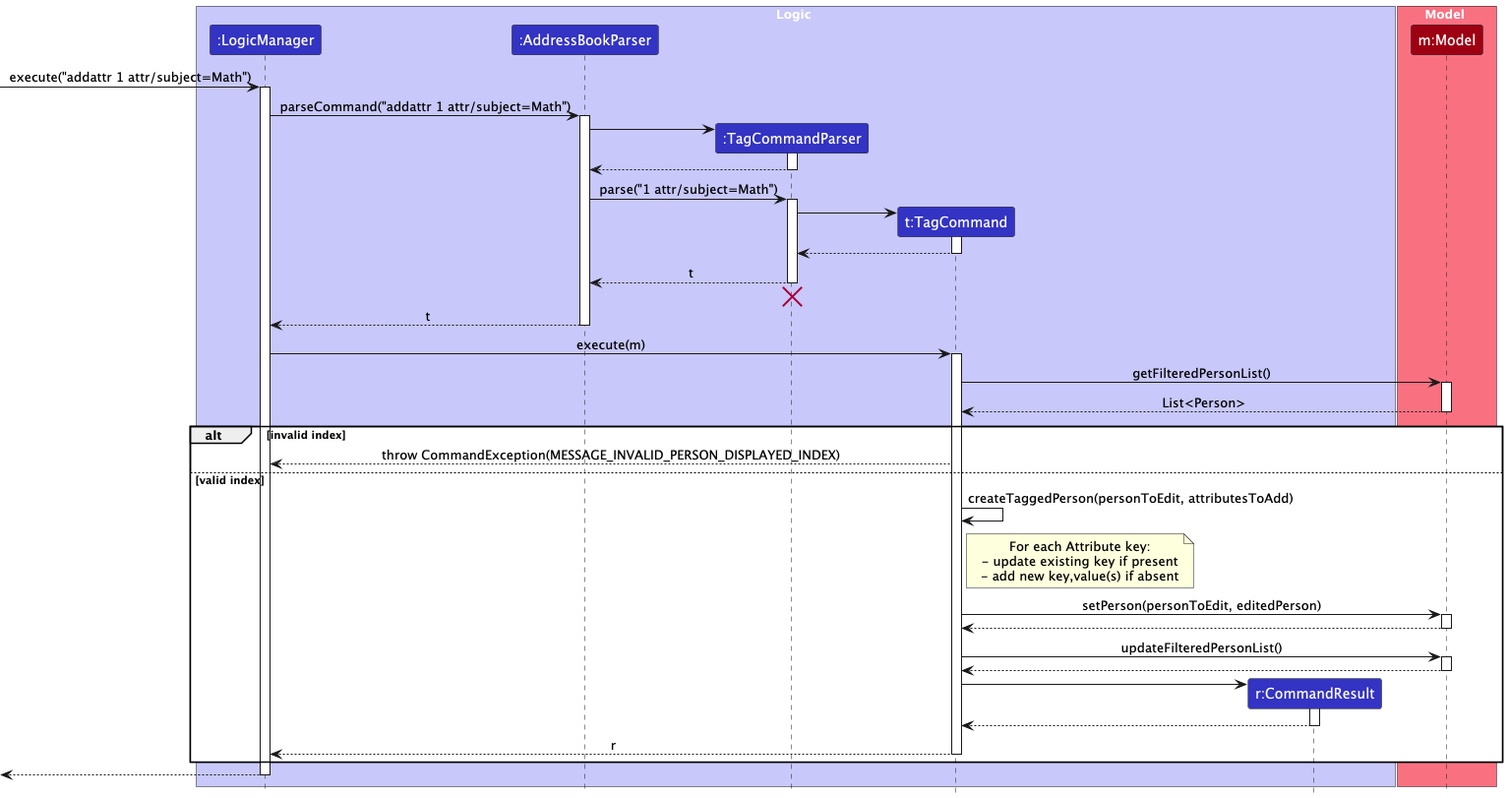
samueltann/tp keeps this PlantUML diagram as docs/images/AddAttributeSequence.png. Above is the earlier version.
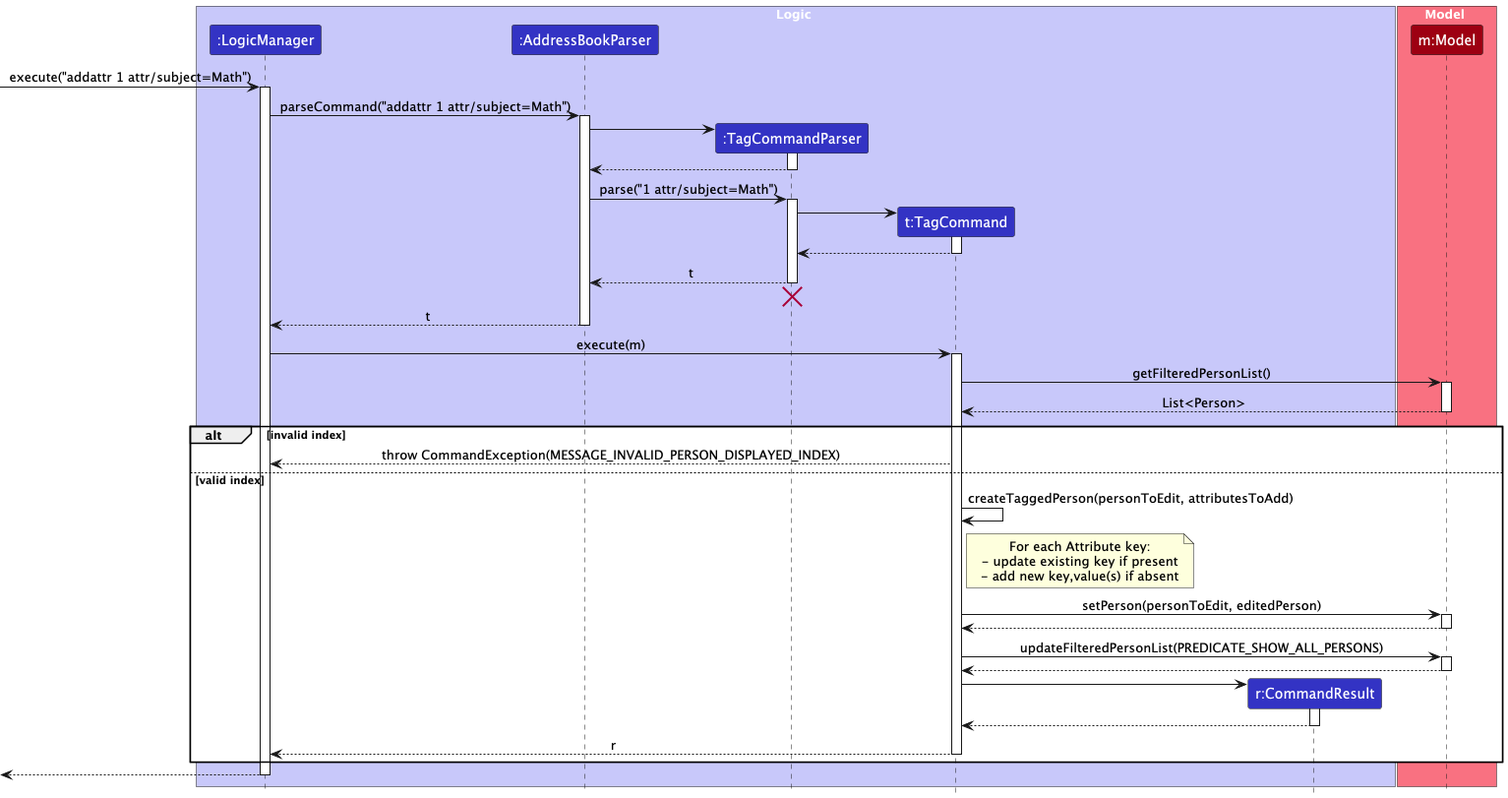
Above is the later version.

Commit message:
Update sequence pngs

What changed in the source:
```diff
@@ -64,7 +64,7 @@
   activate Model
   Model --> TagCommand
   deactivate Model
-  TagCommand -> Model : updateFilteredPersonList()
+  TagCommand -> Model : updateFilteredPersonList(PREDICATE_SHOW_ALL_PERSONS)
   activate Model
   Model --> TagCommand
   deactivate Model
```
